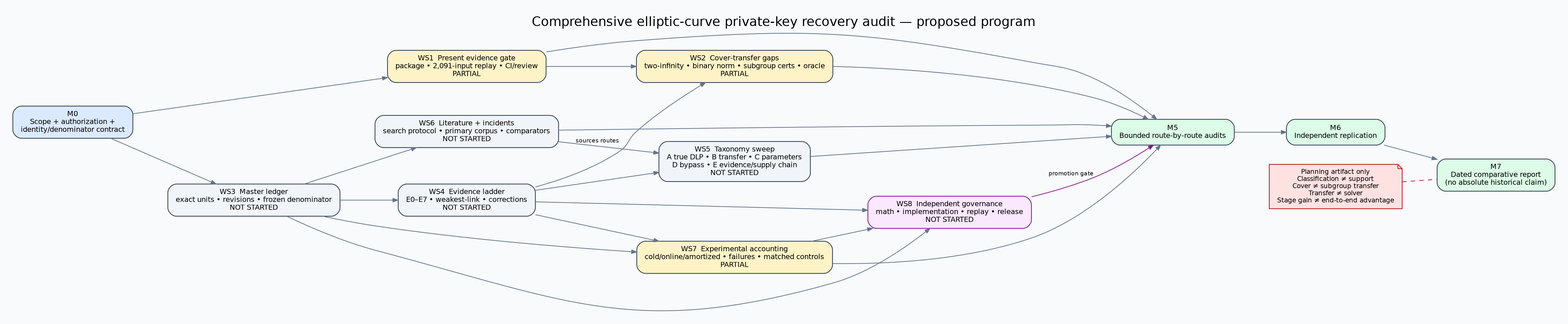
This is docs/ecdlp-audit/program-dependencies.png from aburan28/crypto, a Graphviz export, as it was before one commit. Its source is kept beside it as docs/ecdlp-audit/program-dependencies.dot. The source it was exported from:
```dot
digraph ECDLPAuditProgram {
  graph [
    rankdir=LR,
    bgcolor="#f8fafc",
    pad="0.25",
    nodesep="0.38",
    ranksep="0.65",
    fontname="DejaVu Sans",
    labelloc="t",
    label="Comprehensive elliptic-curve private-key recovery audit — proposed program",
    fontsize=18
  ];
  node [
    shape=box,
    style="rounded,filled",
    fontname="DejaVu Sans",
    fontsize=10,
    color="#334155",
    penwidth=1.1,
    margin="0.15,0.09"
  ];
  edge [
    color="#64748b",
    fontname="DejaVu Sans",
    fontsize=8,
    arrowsize=0.7
  ];

  M0 [label="M0\nScope + authorization +\nidentity/denominator contract", fillcolor="#dbeafe"];
  WS1 [label="WS1  Present evidence gate\npackage • 2,091-input replay • CI/review\nPARTIAL", fillcolor="#fef3c7"];
  WS2 [label="WS2  Cover-transfer gaps\ntwo-infinity • binary norm • subgroup certs • oracle\nPARTIAL", fillcolor="#fef3c7"];
  WS3 [label="WS3  Master ledger\nexact units • revisions • frozen denominator\nNOT STARTED", fillcolor="#f1f5f9"];
  WS4 [label="WS4  Evidence ladder\nE0–E7 • weakest-link • corrections\nNOT STARTED", fillcolor="#f1f5f9"];
  WS5 [label="WS5  Taxonomy sweep\nA true DLP • B transfer • C parameters\nD bypass • E evidence/supply chain\nNOT STARTED", fillcolor="#f1f5f9"];
  WS6 [label="WS6  Literature + incidents\nsearch protocol • primary corpus • comparators\nNOT STARTED", fillcolor="#f1f5f9"];
  WS7 [label="WS7  Experimental accounting\ncold/online/amortized • failures • matched controls\nPARTIAL", fillcolor="#fef3c7"];
  WS8 [label="WS8  Independent governance\nmath • implementation • replay • release\nNOT STARTED", fillcolor="#fae8ff", color="#86198f"];
  M5 [label="M5\nBounded route-by-route audits", fillcolor="#dcfce7"];
  M6 [label="M6\nIndependent replication", fillcolor="#dcfce7"];
  M7 [label="M7\nDated comparative report\n(no absolute historical claim)", fillcolor="#dcfce7"];

  M0 -> WS1;
  M0 -> WS3;
  WS3 -> WS4;
  WS3 -> WS6;
  WS3 -> WS7;
  WS4 -> WS2;
  WS1 -> WS2;
  WS4 -> WS5;
  WS6 -> WS5 [label="sources routes"];
  WS4 -> WS7;
  WS3 -> WS8;
  WS4 -> WS8;
  WS7 -> WS8;

  WS1 -> M5;
  WS2 -> M5;
  WS5 -> M5;
  WS6 -> M5;
  WS7 -> M5;
  WS8 -> M5 [color="#86198f", label="promotion gate"];
  M5 -> M6;
  M6 -> M7;

  note [
    shape=note,
    label="Planning artifact only\nClassification ≠ support\nCover ≠ subgroup transfer\nTransfer ≠ solver\nStage gain ≠ end-to-end advantage",
    fillcolor="#fee2e2",
    color="#b91c1c",
    fontsize=9
  ];
  note -> M7 [style=dashed, arrowhead=none, color="#b91c1c"];
}
```
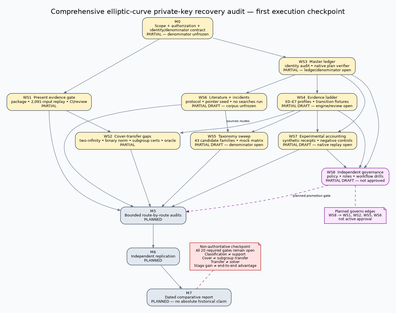
The same diagram one commit later.

The edit, as a diff of the source:
```diff
@@ -1,13 +1,13 @@
 digraph ECDLPAuditProgram {
   graph [
-    rankdir=LR,
+    rankdir=TB,
     bgcolor="#f8fafc",
     pad="0.25",
     nodesep="0.38",
     ranksep="0.65",
     fontname="DejaVu Sans",
     labelloc="t",
-    label="Comprehensive elliptic-curve private-key recovery audit — proposed program",
+    label="Comprehensive elliptic-curve private-key recovery audit — first execution checkpoint",
     fontsize=18
   ];
   node [
@@ -26,18 +26,18 @@
     arrowsize=0.7
   ];
 
-  M0 [label="M0\nScope + authorization +\nidentity/denominator contract", fillcolor="#dbeafe"];
+  M0 [label="M0\nScope + authorization +\nidentity/denominator contract\nPARTIAL — denominator unfrozen", fillcolor="#fef3c7"];
   WS1 [label="WS1  Present evidence gate\npackage • 2,091-input replay • CI/review\nPARTIAL", fillcolor="#fef3c7"];
   WS2 [label="WS2  Cover-transfer gaps\ntwo-infinity • binary norm • subgroup certs • oracle\nPARTIAL", fillcolor="#fef3c7"];
-  WS3 [label="WS3  Master ledger\nexact units • revisions • frozen denominator\nNOT STARTED", fillcolor="#f1f5f9"];
-  WS4 [label="WS4  Evidence ladder\nE0–E7 • weakest-link • corrections\nNOT STARTED", fillcolor="#f1f5f9"];
-  WS5 [label="WS5  Taxonomy sweep\nA true DLP • B transfer • C parameters\nD bypass • E evidence/supply chain\nNOT STARTED", fillcolor="#f1f5f9"];
-  WS6 [label="WS6  Literature + incidents\nsearch protocol • primary corpus • comparators\nNOT STARTED", fillcolor="#f1f5f9"];
-  WS7 [label="WS7  Experimental accounting\ncold/online/amortized • failures • matched controls\nPARTIAL", fillcolor="#fef3c7"];
-  WS8 [label="WS8  Independent governance\nmath • implementation • replay • release\nNOT STARTED", fillcolor="#fae8ff", color="#86198f"];
-  M5 [label="M5\nBounded route-by-route audits", fillcolor="#dcfce7"];
-  M6 [label="M6\nIndependent replication", fillcolor="#dcfce7"];
-  M7 [label="M7\nDated comparative report\n(no absolute historical claim)", fillcolor="#dcfce7"];
+  WS3 [label="WS3  Master ledger\nidentity audit • native plan verifier\nPARTIAL — ledger/denominator open", fillcolor="#fef3c7"];
+  WS4 [label="WS4  Evidence ladder\nE0–E7 profiles • transition fixtures\nPARTIAL DRAFT — engine/review open", fillcolor="#fef3c7"];
+  WS5 [label="WS5  Taxonomy sweep\n43 candidate families • mock matrix\nPARTIAL DRAFT — denominator open", fillcolor="#fef3c7"];
+  WS6 [label="WS6  Literature + incidents\nprotocol • pointer seed • no searches run\nPARTIAL DRAFT — corpus unfrozen", fillcolor="#fef3c7"];
+  WS7 [label="WS7  Experimental accounting\nsynthetic receipts • negative controls\nPARTIAL DRAFT — native replay open", fillcolor="#fef3c7"];
+  WS8 [label="WS8  Independent governance\npolicy • roles • workflow drills\nPARTIAL DRAFT — not approved", fillcolor="#fae8ff", color="#86198f"];
+  M5 [label="M5\nBounded route-by-route audits\nPLANNED", fillcolor="#e2e8f0"];
+  M6 [label="M6\nIndependent replication\nPLANNED", fillcolor="#e2e8f0"];
+  M7 [label="M7\nDated comparative report\nPLANNED — no absolute historical claim", fillcolor="#e2e8f0"];
 
   M0 -> WS1;
   M0 -> WS3;
@@ -58,13 +58,21 @@
   WS5 -> M5;
   WS6 -> M5;
   WS7 -> M5;
-  WS8 -> M5 [color="#86198f", label="promotion gate"];
+  WS8 -> M5 [color="#86198f", label="planned promotion gate", style=dashed];
+  governance_scope [
+    shape=note,
+    label="Planned governs edges\nWS8 -> WS1, WS2, WS5, WS6\nnot active approval",
+    fillcolor="#fae8ff",
+    color="#86198f",
+    fontsize=9
+  ];
+  WS8 -> governance_scope [color="#86198f", style=dashed, arrowhead=none];
   M5 -> M6;
   M6 -> M7;
 
   note [
     shape=note,
-    label="Planning artifact only\nClassification ≠ support\nCover ≠ subgroup transfer\nTransfer ≠ solver\nStage gain ≠ end-to-end advantage",
+    label="Non-authoritative checkpoint\nAll 20 required gates remain open\nClassification ≠ support\nCover ≠ subgroup transfer\nTransfer ≠ solver\nStage gain ≠ end-to-end advantage",
     fillcolor="#fee2e2",
     color="#b91c1c",
     fontsize=9
```
